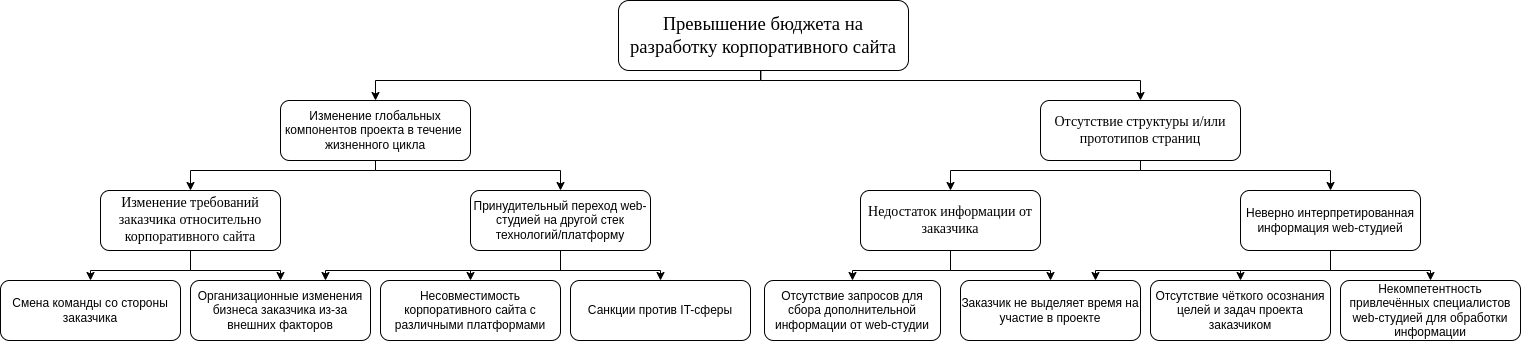
The draw.io diagram 3 курс/5 семестр/ТСиСА/Курсовая/модели2ч-Дерево причин.drawio.png in Luzinsan/tusur, before a commit. Source tidied: cells renumbered, new cells last; positions are measured from the earlier drawing's top-left corner, leaving out a move shared by most shapes.
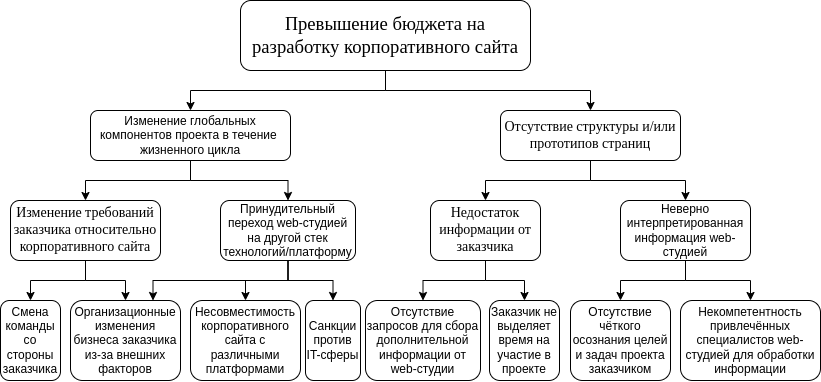
After the change.

The edit, as a diff of the source:
```diff
@@ -2,63 +2,32 @@
   <root>
     <mxCell id="0" />
     <mxCell id="1" parent="0" />
-    <mxCell id="2" style="edgeStyle=orthogonalEdgeStyle;rounded=0;jettySize=auto;html=1;entryX=0.5;entryY=0;entryDx=0;entryDy=0;exitX=0.5;exitY=1;exitDx=0;exitDy=0;" parent="1" edge="1" source="4" target="7">
-      <mxGeometry relative="1" as="geometry">
-        <Array as="points">
-          <mxPoint x="760" y="70" />
-          <mxPoint x="760" y="80" />
-          <mxPoint x="375" y="80" />
-        </Array>
-      </mxGeometry>
+    <mxCell id="2" style="edgeStyle=orthogonalEdgeStyle;rounded=0;jettySize=auto;html=1;" parent="1" edge="1" source="4" target="7">
+      <mxGeometry relative="1" as="geometry" />
     </mxCell>
-    <mxCell id="3" style="edgeStyle=orthogonalEdgeStyle;rounded=0;jettySize=auto;html=1;exitX=0.491;exitY=1.008;exitDx=0;exitDy=0;exitPerimeter=0;entryX=0.5;entryY=0;entryDx=0;entryDy=0;" parent="1" edge="1" source="4" target="10">
-      <mxGeometry relative="1" as="geometry">
-        <Array as="points">
-          <mxPoint x="760" y="80" />
-          <mxPoint x="1140" y="80" />
-        </Array>
-      </mxGeometry>
+    <mxCell id="3" style="edgeStyle=orthogonalEdgeStyle;rounded=0;jettySize=auto;html=1;entryX=0.5;entryY=0;entryDx=0;entryDy=0;" parent="1" edge="1" source="4" target="10">
+      <mxGeometry relative="1" as="geometry" />
     </mxCell>
     <mxCell id="4" value="&lt;div style=&quot;text-align: center; text-indent: 0px;&quot;&gt;&lt;span style=&quot;background-color: transparent; text-align: left; text-indent: 1.25cm; font-size: 18px;&quot;&gt;&lt;font face=&quot;Times New Roman&quot;&gt;П&lt;/font&gt;&lt;/span&gt;&lt;span style=&quot;background-color: transparent; font-family: &amp;quot;Times New Roman&amp;quot;, serif; font-size: 14pt; text-align: left; text-indent: 1.25cm;&quot;&gt;ревышение бюджета на разработку корпоративного сайта&lt;/span&gt;&lt;/div&gt;" style="rounded=1;whiteSpace=wrap;html=1;" parent="1" vertex="1">
-      <mxGeometry x="618" width="290" height="70" as="geometry" />
+      <mxGeometry x="590" y="-160" width="290" height="70" as="geometry" />
     </mxCell>
-    <mxCell id="5" style="edgeStyle=orthogonalEdgeStyle;rounded=0;jettySize=auto;html=1;fontFamily=Times New Roman;fontSize=14;exitX=0.5;exitY=1;exitDx=0;exitDy=0;entryX=0.5;entryY=0;entryDx=0;entryDy=0;" parent="1" edge="1" source="7" target="13">
-      <mxGeometry relative="1" as="geometry">
-        <Array as="points">
-          <mxPoint x="375" y="170" />
-          <mxPoint x="190" y="170" />
-        </Array>
-      </mxGeometry>
+    <mxCell id="5" style="edgeStyle=orthogonalEdgeStyle;rounded=0;jettySize=auto;html=1;entryX=0.5;entryY=0;entryDx=0;entryDy=0;" parent="1" edge="1" source="7" target="13">
+      <mxGeometry relative="1" as="geometry" />
     </mxCell>
-    <mxCell id="6" style="edgeStyle=orthogonalEdgeStyle;rounded=0;jettySize=auto;html=1;exitX=0.5;exitY=1;exitDx=0;exitDy=0;entryX=0.5;entryY=0;entryDx=0;entryDy=0;fontFamily=Times New Roman;fontSize=14;" parent="1" edge="1" source="7" target="17">
-      <mxGeometry relative="1" as="geometry">
-        <Array as="points">
-          <mxPoint x="375" y="170" />
-          <mxPoint x="560" y="170" />
-        </Array>
-      </mxGeometry>
+    <mxCell id="6" style="edgeStyle=orthogonalEdgeStyle;rounded=0;jettySize=auto;html=1;entryX=0.5;entryY=0;entryDx=0;entryDy=0;" parent="1" edge="1" source="7" target="17">
+      <mxGeometry relative="1" as="geometry" />
     </mxCell>
     <mxCell id="7" value="Изменение глобальных компонентов проекта в течение&amp;nbsp; жизненного цикла" style="rounded=1;whiteSpace=wrap;html=1;" parent="1" vertex="1">
-      <mxGeometry x="280" y="100" width="190" height="60" as="geometry" />
+      <mxGeometry x="440" y="-50" width="200" height="50" as="geometry" />
     </mxCell>
     <mxCell id="8" style="edgeStyle=orthogonalEdgeStyle;rounded=0;jettySize=auto;html=1;entryX=0.5;entryY=0;entryDx=0;entryDy=0;" parent="1" edge="1" source="10" target="20">
-      <mxGeometry relative="1" as="geometry">
-        <Array as="points">
-          <mxPoint x="1140" y="170" />
-          <mxPoint x="950" y="170" />
-        </Array>
-      </mxGeometry>
+      <mxGeometry relative="1" as="geometry" />
     </mxCell>
     <mxCell id="9" style="edgeStyle=orthogonalEdgeStyle;rounded=0;jettySize=auto;html=1;entryX=0.5;entryY=0;entryDx=0;entryDy=0;" parent="1" edge="1" source="10" target="24">
-      <mxGeometry relative="1" as="geometry">
-        <Array as="points">
-          <mxPoint x="1140" y="170" />
-          <mxPoint x="1330" y="170" />
-        </Array>
-      </mxGeometry>
+      <mxGeometry relative="1" as="geometry" />
     </mxCell>
     <mxCell id="10" value="Отсутствие структуры и/или прототипов страниц" style="rounded=1;whiteSpace=wrap;html=1;fontFamily=Times New Roman;fontSize=14;" parent="1" vertex="1">
-      <mxGeometry x="1040" y="100" width="200" height="60" as="geometry" />
+      <mxGeometry x="850" y="-50" width="180" height="50" as="geometry" />
     </mxCell>
     <mxCell id="11" style="edgeStyle=orthogonalEdgeStyle;rounded=0;jettySize=auto;html=1;entryX=0.5;entryY=0;entryDx=0;entryDy=0;" parent="1" edge="1" source="13" target="25">
       <mxGeometry relative="1" as="geometry" />
@@ -67,79 +36,66 @@
       <mxGeometry relative="1" as="geometry" />
     </mxCell>
     <mxCell id="13" value="Изменение требований заказчика относительно корпоративного сайта" style="rounded=1;whiteSpace=wrap;html=1;fontFamily=Times New Roman;fontSize=14;" parent="1" vertex="1">
-      <mxGeometry x="100" y="190" width="180" height="60" as="geometry" />
+      <mxGeometry x="360" y="40" width="150" height="60" as="geometry" />
     </mxCell>
+    <mxCell id="16" style="edgeStyle=orthogonalEdgeStyle;rounded=0;jettySize=auto;html=1;entryX=0.75;entryY=0;entryDx=0;entryDy=0;" parent="1" edge="1" source="17" target="26">
+      <mxGeometry relative="1" as="geometry">
+        <Array as="points">
+          <mxPoint x="638" y="120" />
+          <mxPoint x="503" y="120" />
+        </Array>
+      </mxGeometry>
+    </mxCell>
+    <mxCell id="15" style="edgeStyle=orthogonalEdgeStyle;rounded=0;jettySize=auto;html=1;entryX=0.5;entryY=0;entryDx=0;entryDy=0;" parent="1" edge="1" source="17" target="30">
+      <mxGeometry relative="1" as="geometry" />
+    </mxCell>
     <mxCell id="14" style="edgeStyle=orthogonalEdgeStyle;rounded=0;jettySize=auto;html=1;entryX=0.5;entryY=0;entryDx=0;entryDy=0;" parent="1" edge="1" source="17" target="32">
       <mxGeometry relative="1" as="geometry" />
     </mxCell>
-    <mxCell id="15" style="edgeStyle=orthogonalEdgeStyle;rounded=0;jettySize=auto;html=1;entryX=0.5;entryY=0;entryDx=0;entryDy=0;" parent="1" edge="1" source="17" target="30">
-      <mxGeometry relative="1" as="geometry" />
-    </mxCell>
-    <mxCell id="16" style="edgeStyle=orthogonalEdgeStyle;rounded=0;jettySize=auto;html=1;entryX=0.75;entryY=0;entryDx=0;entryDy=0;" parent="1" edge="1" source="17" target="26">
-      <mxGeometry relative="1" as="geometry">
-        <Array as="points">
-          <mxPoint x="560" y="270" />
-          <mxPoint x="325" y="270" />
-        </Array>
-      </mxGeometry>
-    </mxCell>
     <mxCell id="17" value="Принудительный переход web-студией на другой стек технологий/платформу" style="rounded=1;whiteSpace=wrap;html=1;" parent="1" vertex="1">
-      <mxGeometry x="470" y="190" width="180" height="60" as="geometry" />
+      <mxGeometry x="570" y="40" width="135" height="60" as="geometry" />
     </mxCell>
+    <mxCell id="19" style="edgeStyle=orthogonalEdgeStyle;rounded=0;jettySize=auto;html=1;entryX=0.5;entryY=0;entryDx=0;entryDy=0;" parent="1" edge="1" source="20" target="28">
+      <mxGeometry relative="1" as="geometry" />
+    </mxCell>
-    <mxCell id="18" style="edgeStyle=orthogonalEdgeStyle;rounded=0;jettySize=auto;html=1;entryX=0.5;entryY=0;entryDx=0;entryDy=0;exitX=0.5;exitY=1;exitDx=0;exitDy=0;" parent="1" edge="1" source="20" target="27">
-      <mxGeometry relative="1" as="geometry">
-        <Array as="points">
-          <mxPoint x="950" y="270" />
-          <mxPoint x="1050" y="270" />
-        </Array>
-      </mxGeometry>
+    <mxCell id="18" style="edgeStyle=orthogonalEdgeStyle;rounded=0;jettySize=auto;html=1;entryX=0.5;entryY=0;entryDx=0;entryDy=0;" parent="1" edge="1" source="20" target="27">
+      <mxGeometry relative="1" as="geometry" />
     </mxCell>
-    <mxCell id="19" style="edgeStyle=orthogonalEdgeStyle;rounded=0;jettySize=auto;html=1;entryX=0.5;entryY=0;entryDx=0;entryDy=0;" parent="1" edge="1" source="20" target="28">
-      <mxGeometry relative="1" as="geometry" />
-    </mxCell>
     <mxCell id="20" value="&lt;font face=&quot;Times New Roman&quot;&gt;&lt;span style=&quot;font-size: 14px;&quot;&gt;Недостаток информации от заказчика&lt;/span&gt;&lt;/font&gt;" style="rounded=1;whiteSpace=wrap;html=1;" parent="1" vertex="1">
-      <mxGeometry x="860" y="190" width="180" height="60" as="geometry" />
+      <mxGeometry x="780" y="40" width="110" height="60" as="geometry" />
     </mxCell>
     <mxCell id="21" style="edgeStyle=orthogonalEdgeStyle;rounded=0;jettySize=auto;html=1;entryX=0.5;entryY=0;entryDx=0;entryDy=0;" parent="1" edge="1" source="24" target="29">
       <mxGeometry relative="1" as="geometry" />
     </mxCell>
-    <mxCell id="22" style="edgeStyle=orthogonalEdgeStyle;rounded=0;jettySize=auto;html=1;" parent="1" edge="1" source="24" target="31">
+    <mxCell id="22" style="edgeStyle=orthogonalEdgeStyle;rounded=0;jettySize=auto;html=1;entryX=0.5;entryY=0;entryDx=0;entryDy=0;" parent="1" edge="1" source="24" target="31">
       <mxGeometry relative="1" as="geometry" />
     </mxCell>
-    <mxCell id="23" style="edgeStyle=orthogonalEdgeStyle;rounded=0;jettySize=auto;html=1;entryX=0.75;entryY=0;entryDx=0;entryDy=0;" parent="1" edge="1" source="24" target="27">
-      <mxGeometry relative="1" as="geometry">
-        <Array as="points">
-          <mxPoint x="1330" y="270" />
-          <mxPoint x="1095" y="270" />
-        </Array>
-      </mxGeometry>
-    </mxCell>
     <mxCell id="24" value="Неверно интерпретированная информация web-студией" style="rounded=1;whiteSpace=wrap;html=1;" parent="1" vertex="1">
-      <mxGeometry x="1240" y="190" width="180" height="60" as="geometry" />
+      <mxGeometry x="970" y="40" width="130" height="60" as="geometry" />
     </mxCell>
     <mxCell id="25" value="Смена команды со стороны заказчика" style="rounded=1;whiteSpace=wrap;html=1;" parent="1" vertex="1">
-      <mxGeometry y="280" width="180" height="60" as="geometry" />
+      <mxGeometry x="350" y="140" width="60" height="80" as="geometry" />
     </mxCell>
     <mxCell id="26" value="Организационные изменения бизнеса заказчика из-за внешних факторов" style="rounded=1;whiteSpace=wrap;html=1;" parent="1" vertex="1">
-      <mxGeometry x="190" y="280" width="180" height="60" as="geometry" />
+      <mxGeometry x="420" y="140" width="110" height="80" as="geometry" />
     </mxCell>
     <mxCell id="27" value="Заказчик не выделяет время на участие в проекте" style="rounded=1;whiteSpace=wrap;html=1;" parent="1" vertex="1">
-      <mxGeometry x="960" y="280" width="180" height="60" as="geometry" />
+      <mxGeometry x="839" y="140" width="70" height="80" as="geometry" />
     </mxCell>
     <mxCell id="28" value="Отсутствие запросов для сбора дополнительной информации от web-студии" style="rounded=1;whiteSpace=wrap;html=1;" parent="1" vertex="1">
-      <mxGeometry x="764" y="280" width="176" height="60" as="geometry" />
+      <mxGeometry x="715" y="140" width="115" height="80" as="geometry" />
     </mxCell>
     <mxCell id="29" value="Отсутствие чёткого осознания целей и задач проекта заказчиком" style="rounded=1;whiteSpace=wrap;html=1;" parent="1" vertex="1">
-      <mxGeometry x="1150" y="280" width="180" height="60" as="geometry" />
+      <mxGeometry x="920" y="140" width="100" height="80" as="geometry" />
     </mxCell>
     <mxCell id="30" value="Несовместимость корпоративного сайта с различными платформами" style="rounded=1;whiteSpace=wrap;html=1;" parent="1" vertex="1">
-      <mxGeometry x="380" y="280" width="180" height="60" as="geometry" />
+      <mxGeometry x="540" y="140" width="110" height="80" as="geometry" />
     </mxCell>
     <mxCell id="31" value="Некомпетентность привлечённых специалистов web-студией для обработки информации" style="rounded=1;whiteSpace=wrap;html=1;" parent="1" vertex="1">
-      <mxGeometry x="1340" y="280" width="180" height="60" as="geometry" />
+      <mxGeometry x="1030" y="140" width="140" height="80" as="geometry" />
     </mxCell>
     <mxCell id="32" value="Санкции против IT-сферы" style="rounded=1;whiteSpace=wrap;html=1;" parent="1" vertex="1">
-      <mxGeometry x="570" y="280" width="180" height="60" as="geometry" />
+      <mxGeometry x="655" y="140" width="55" height="80" as="geometry" />
     </mxCell>
   </root>
 </mxGraphModel>
```
